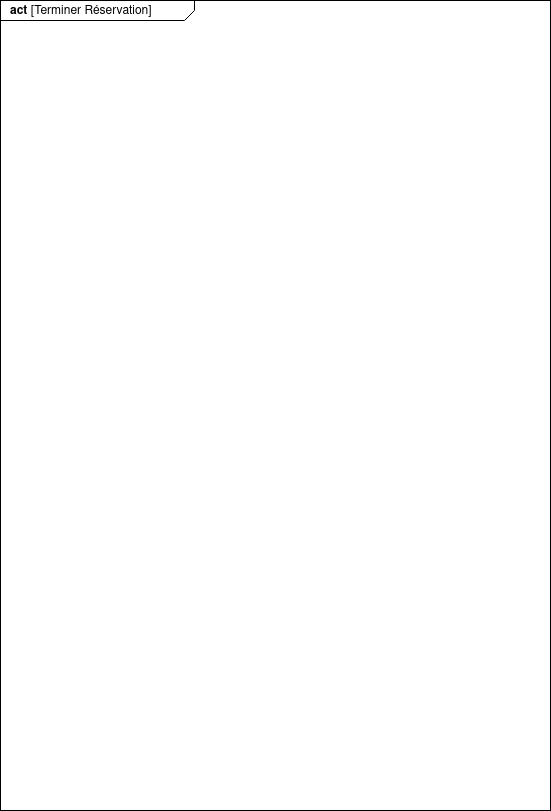
This is diagrammes/act_TerminerReservation.png from Dalker/ISI-mobility, a draw.io export, as it was before one commit. Source tidied: cells renumbered, new cells last; positions are measured from the earlier drawing's top-left corner, leaving out a move shared by most shapes.
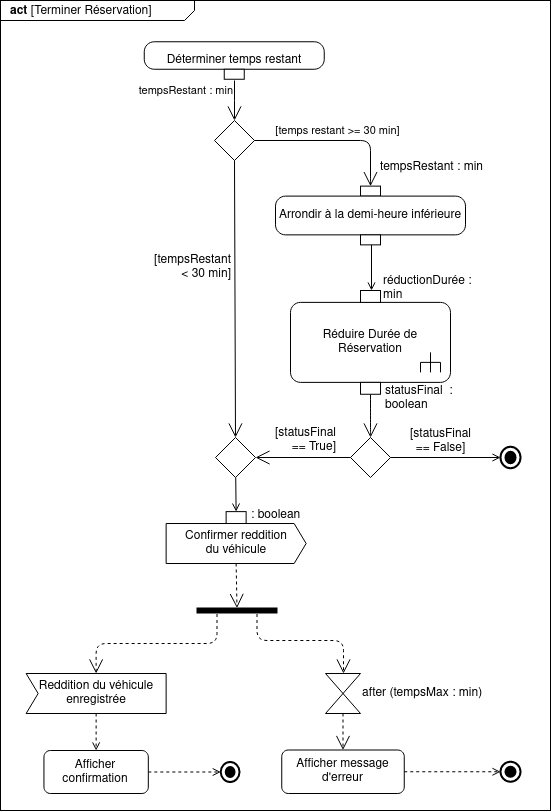
Later version of the same file.

The edit, as a diff of the source:
```diff
@@ -5,5 +5,133 @@
     <mxCell id="2" value="&lt;p style=&quot;margin: 0px ; margin-top: 4px ; margin-left: 10px ; text-align: left&quot;&gt;&lt;b&gt;act&lt;/b&gt; [Terminer Réservation]&lt;/p&gt;" style="html=1;shape=mxgraph.sysml.package;xSize=90;align=left;spacingLeft=10;overflow=fill;strokeWidth=1;labelX=194;verticalAlign=bottom;direction=east;" parent="1" vertex="1">
       <mxGeometry width="550" height="810" as="geometry" />
     </mxCell>
+    <mxCell id="3" value="Déterminer temps restant" style="html=1;shape=mxgraph.sysml.objFlowR;whiteSpace=wrap;rotation=90;horizontal=0;" parent="1" vertex="1">
+      <mxGeometry x="215" y="-30" width="37.5" height="180" as="geometry" />
+    </mxCell>
+    <mxCell id="4" style="shape=rhombus;html=1;verticalLabelPosition=bottom;verticalAlignment=top;" parent="1" vertex="1">
+      <mxGeometry x="214" y="120" width="40" height="40" as="geometry" />
+    </mxCell>
+    <mxCell id="5" value="tempsRestant : min" style="edgeStyle=elbowEdgeStyle;html=1;elbow=horizontal;align=right;verticalAlign=bottom;endArrow=none;rounded=0;labelBackgroundColor=none;startArrow=open;startSize=12;" parent="1" edge="1" source="4">
+      <mxGeometry relative="1" as="geometry">
+        <mxPoint x="234" y="80" as="targetPoint" />
+      </mxGeometry>
+    </mxCell>
+    <mxCell id="6" value="Réduire Durée de Réservation" style="html=1;shape=mxgraph.sysml.callBehAct;whiteSpace=wrap;align=center;" parent="1" vertex="1">
+      <mxGeometry x="290" y="301.9" width="160" height="80" as="geometry" />
+    </mxCell>
+    <mxCell id="7" value="&lt;div&gt;réductionDurée : &lt;br&gt;&lt;/div&gt;&lt;div&gt;min&lt;/div&gt;" style="shape=rect;strokeWidth=1;labelPosition=right;verticalLabelPosition=middle;align=left;verticalAlign=bottom;spacingLeft=1;fontSize=12;html=1;spacing=2;spacingBottom=-3;spacingRight=0;" parent="1" vertex="1">
+      <mxGeometry x="360" y="290" width="20" height="11.9" as="geometry" />
+    </mxCell>
+    <mxCell id="8" value="[temps restant &amp;gt;= 30 min]" style="edgeStyle=elbowEdgeStyle;html=1;elbow=horizontal;endArrow=open;labelBackgroundColor=none;strokeWidth=1;endSize=12;exitX=1;exitY=0.5;exitDx=0;exitDy=0;entryX=0;entryY=0.5;entryDx=0;entryDy=0;entryPerimeter=0;rounded=1;" parent="1" edge="1" source="4" target="10">
+      <mxGeometry x="0.03" y="10" relative="1" as="geometry">
+        <Array as="points">
+          <mxPoint x="370" y="180" />
+          <mxPoint x="370" y="160" />
+          <mxPoint x="370" y="200" />
+        </Array>
+      </mxGeometry>
+    </mxCell>
+    <mxCell id="9" style="edgeStyle=orthogonalEdgeStyle;rounded=0;orthogonalLoop=1;jettySize=auto;html=1;exitX=1;exitY=0.5;exitDx=0;exitDy=0;exitPerimeter=0;fontSize=12;labelPosition=right;verticalLabelPosition=middle;align=left;verticalAlign=middle;spacingLeft=4;endArrow=open;endFill=0;" parent="1" edge="1">
+      <mxGeometry relative="1" as="geometry">
+        <mxPoint x="371" y="237.3" as="sourcePoint" />
+        <mxPoint x="371" y="290" as="targetPoint" />
+      </mxGeometry>
+    </mxCell>
+    <mxCell id="10" value="Arrondir à la demi-heure inférieure" style="html=1;shape=mxgraph.sysml.isControl;whiteSpace=wrap;align=center;labelBackgroundColor=none;fontSize=12;rotation=90;labelPosition=center;verticalLabelPosition=middle;verticalAlign=middle;horizontal=0;" parent="1" vertex="1">
+      <mxGeometry x="340.6" y="120" width="58.8" height="190" as="geometry" />
+    </mxCell>
+    <mxCell id="11" value="tempsRestant : min" style="html=1;align=center;verticalAlign=bottom;labelPosition=center;verticalLabelPosition=top;labelBackgroundColor=none;spacingRight=61;rotation=90;horizontal=0;spacingLeft=0;spacing=5;spacingTop=0;" parent="10" vertex="1">
+      <mxGeometry x="84" y="206.8" as="geometry">
+        <mxPoint x="-148" y="36" as="offset" />
+      </mxGeometry>
+    </mxCell>
+    <mxCell id="12" style="edgeStyle=none;rounded=1;jumpSize=6;jettySize=auto;html=1;entryX=0.5;entryY=0;entryDx=0;entryDy=0;endArrow=open;endFill=0;strokeColor=#000000;strokeWidth=1;fontSize=12;" parent="1" edge="1" source="13" target="29">
+      <mxGeometry relative="1" as="geometry" />
+    </mxCell>
+    <mxCell id="13" style="shape=rhombus;html=1;verticalLabelPosition=top;verticalAlignment=bottom;labelBackgroundColor=none;fontSize=12;align=left;" parent="1" vertex="1">
+      <mxGeometry x="215" y="437" width="40" height="40" as="geometry" />
+    </mxCell>
+    <mxCell id="14" style="edgeStyle=orthogonalEdgeStyle;html=1;elbow=vertical;verticalAlign=bottom;startArrow=open;endArrow=none;rounded=0;labelBackgroundColor=none;startSize=12;fontSize=12;curved=1;entryX=0.5;entryY=1;entryDx=0;entryDy=0;exitX=0.5;exitY=0;exitDx=0;exitDy=0;" parent="1" edge="1" source="19" target="16">
+      <mxGeometry relative="1" as="geometry" />
+    </mxCell>
+    <mxCell id="15" value="&lt;div&gt;[tempsRestant&lt;/div&gt;&lt;div&gt;&amp;lt; 30 min]&lt;/div&gt;" style="edgeStyle=none;html=1;endArrow=open;endSize=12;verticalAlign=middle;labelBackgroundColor=none;fontSize=12;exitX=0.5;exitY=1;exitDx=0;exitDy=0;entryX=0.5;entryY=0;entryDx=0;entryDy=0;horizontal=1;labelPosition=left;verticalLabelPosition=middle;align=right;spacingLeft=-38;spacingRight=0;spacingTop=0;spacing=20;spacingBottom=0;" parent="1" edge="1" source="4" target="13">
+      <mxGeometry x="-0.23" y="16" relative="1" as="geometry" />
+    </mxCell>
+    <mxCell id="16" value="&lt;div&gt;statusFinal&amp;nbsp; :&lt;/div&gt;&lt;div&gt;boolean&lt;/div&gt;" style="shape=rect;strokeWidth=1;labelPosition=right;verticalLabelPosition=middle;align=left;verticalAlign=middle;spacingLeft=1;fontSize=12;html=1;spacing=4;spacingBottom=-21;spacingRight=0;horizontal=1;" parent="1" vertex="1">
+      <mxGeometry x="360" y="381.9" width="20" height="11.9" as="geometry" />
+    </mxCell>
+    <mxCell id="17" value="&lt;div&gt;[statusFinal &lt;br&gt;&lt;/div&gt;&lt;div&gt;== True]&lt;/div&gt;" style="edgeStyle=orthogonalEdgeStyle;rounded=1;jettySize=auto;html=1;entryX=1;entryY=0.5;entryDx=0;entryDy=0;endArrow=open;endFill=0;endSize=12;strokeColor=#000000;strokeWidth=1;fontSize=12;labelPosition=left;verticalLabelPosition=middle;align=right;verticalAlign=middle;spacing=5;" parent="1" edge="1" source="19" target="13">
+      <mxGeometry x="-0.79" y="-17" relative="1" as="geometry" />
+    </mxCell>
+    <mxCell id="18" value="&lt;div&gt;[statusFinal &lt;br&gt;&lt;/div&gt;&lt;div&gt;== False]&lt;/div&gt;" style="rounded=1;jettySize=auto;html=1;exitX=1;exitY=0.5;exitDx=0;exitDy=0;entryX=0;entryY=0.5;entryDx=0;entryDy=0;endArrow=open;endFill=0;strokeColor=#000000;strokeWidth=1;fontSize=12;spacing=3;spacingTop=-19;entryPerimeter=0;jumpSize=6;" parent="1" edge="1" source="19" target="30">
+      <mxGeometry x="-0.09" y="7" relative="1" as="geometry" />
+    </mxCell>
+    <mxCell id="19" style="shape=rhombus;html=1;verticalLabelPosition=top;verticalAlignment=bottom;labelBackgroundColor=none;fontSize=12;align=left;" parent="1" vertex="1">
+      <mxGeometry x="350" y="437" width="40" height="40" as="geometry" />
+    </mxCell>
+    <mxCell id="20" style="edgeStyle=orthogonalEdgeStyle;rounded=1;jettySize=auto;html=1;entryX=0;entryY=0.5;entryDx=0;entryDy=0;endArrow=open;endFill=0;endSize=12;strokeColor=#000000;strokeWidth=1;fontSize=12;dashed=1;exitX=0.5;exitY=1;exitDx=0;exitDy=0;exitPerimeter=0;" parent="1" edge="1" source="21" target="37">
+      <mxGeometry relative="1" as="geometry" />
+    </mxCell>
+    <mxCell id="21" value="&lt;div&gt;Confirmer reddition&lt;/div&gt;&lt;div&gt;du véhicule&lt;br&gt;&lt;/div&gt;" style="html=1;shape=mxgraph.sysml.sendSigAct;strokeWidth=1;whiteSpace=wrap;align=center;labelBackgroundColor=none;fontSize=12;" parent="1" vertex="1">
+      <mxGeometry x="165.6" y="523" width="140" height="40" as="geometry" />
+    </mxCell>
+    <mxCell id="22" style="edgeStyle=orthogonalEdgeStyle;rounded=1;jettySize=auto;html=1;exitX=0;exitY=0.75;exitDx=0;exitDy=0;entryX=0.5;entryY=0;entryDx=0;entryDy=0;entryPerimeter=0;dashed=1;endArrow=open;endFill=0;endSize=12;strokeColor=#000000;strokeWidth=1;fontSize=12;" parent="1" edge="1" source="37" target="24">
+      <mxGeometry relative="1" as="geometry">
+        <Array as="points">
+          <mxPoint x="217" y="643" />
+          <mxPoint x="96" y="643" />
+        </Array>
+      </mxGeometry>
+    </mxCell>
+    <mxCell id="23" style="edgeStyle=orthogonalEdgeStyle;rounded=1;jettySize=auto;html=1;exitX=0;exitY=0.25;exitDx=0;exitDy=0;dashed=1;endArrow=open;endFill=0;endSize=12;strokeColor=#000000;strokeWidth=1;fontSize=12;" parent="1" edge="1" source="37" target="26">
+      <mxGeometry relative="1" as="geometry">
+        <Array as="points">
+          <mxPoint x="257" y="640" />
+          <mxPoint x="343" y="640" />
+        </Array>
+      </mxGeometry>
+    </mxCell>
+    <mxCell id="24" value="&lt;div&gt;Reddition du véhicule&lt;/div&gt;&lt;div&gt;enregistrée&lt;br&gt;&lt;/div&gt;" style="html=1;shape=mxgraph.sysml.accEvent;strokeWidth=1;whiteSpace=wrap;align=center;labelBackgroundColor=none;fontSize=12;" parent="1" vertex="1">
+      <mxGeometry x="25.6" y="673" width="140" height="40" as="geometry" />
+    </mxCell>
+    <mxCell id="25" style="edgeStyle=orthogonalEdgeStyle;rounded=1;jettySize=auto;html=1;dashed=1;endArrow=open;endFill=0;endSize=12;strokeColor=#000000;strokeWidth=1;fontSize=12;entryX=0.5;entryY=0;entryDx=0;entryDy=0;exitX=0.5;exitY=1;exitDx=0;exitDy=0;exitPerimeter=0;" parent="1" edge="1" source="26" target="32">
+      <mxGeometry relative="1" as="geometry" />
+    </mxCell>
+    <mxCell id="26" value="after (tempsMax : min)" style="html=1;shape=mxgraph.sysml.timeEvent;strokeWidth=1;verticalLabelPosition=middle;verticalAlignment=top;labelBackgroundColor=none;fontSize=12;align=left;labelPosition=right;verticalAlign=middle;horizontal=1;" parent="1" vertex="1">
+      <mxGeometry x="325" y="673" width="35" height="40" as="geometry" />
+    </mxCell>
+    <mxCell id="27" style="edgeStyle=none;rounded=1;jumpSize=6;jettySize=auto;html=1;dashed=1;endArrow=open;endFill=0;strokeColor=#000000;strokeWidth=1;fontSize=12;exitX=0.5;exitY=1;exitDx=0;exitDy=0;exitPerimeter=0;" parent="1" edge="1" source="24" target="35">
+      <mxGeometry relative="1" as="geometry" />
+    </mxCell>
+    <mxCell id="28" style="edgeStyle=none;rounded=1;jumpSize=6;jettySize=auto;html=1;endArrow=open;endFill=0;strokeColor=#000000;strokeWidth=1;fontSize=12;" parent="1" edge="1" source="29" target="21">
+      <mxGeometry relative="1" as="geometry" />
+    </mxCell>
+    <mxCell id="29" value=": boolean" style="shape=rect;strokeWidth=1;labelPosition=right;verticalLabelPosition=middle;align=left;verticalAlign=middle;spacingLeft=1;fontSize=12;html=1;spacing=4;spacingBottom=0;spacingRight=0;horizontal=1;spacingTop=-4;" parent="1" vertex="1">
+      <mxGeometry x="225.6" y="511.1" width="20" height="11.9" as="geometry" />
+    </mxCell>
+    <mxCell id="30" style="html=1;shape=mxgraph.sysml.actFinal;strokeWidth=2;verticalLabelPosition=bottom;verticalAlignment=top;" parent="1" vertex="1">
+      <mxGeometry x="500" y="446.2" width="20" height="21.5" as="geometry" />
+    </mxCell>
+    <mxCell id="31" style="edgeStyle=none;rounded=1;jumpSize=6;jettySize=auto;html=1;entryX=0;entryY=0.5;entryDx=0;entryDy=0;entryPerimeter=0;endArrow=open;endFill=0;strokeColor=#000000;strokeWidth=1;fontSize=12;dashed=1;" parent="1" edge="1" source="32" target="33">
+      <mxGeometry relative="1" as="geometry" />
+    </mxCell>
+    <mxCell id="32" value="&lt;div&gt;Afficher message&lt;/div&gt;&lt;div&gt;d'erreur&lt;br&gt;&lt;/div&gt;" style="shape=rect;html=1;rounded=1;whiteSpace=wrap;align=center;labelBackgroundColor=none;strokeWidth=1;fontSize=12;" parent="1" vertex="1">
+      <mxGeometry x="281.2" y="749.5" width="122.5" height="43.5" as="geometry" />
+    </mxCell>
+    <mxCell id="33" style="html=1;shape=mxgraph.sysml.actFinal;strokeWidth=2;verticalLabelPosition=bottom;verticalAlignment=top;" parent="1" vertex="1">
+      <mxGeometry x="500" y="761.2" width="20" height="20" as="geometry" />
+    </mxCell>
+    <mxCell id="34" style="edgeStyle=none;rounded=1;jumpSize=6;jettySize=auto;html=1;exitX=1;exitY=0.5;exitDx=0;exitDy=0;dashed=1;endArrow=open;endFill=0;strokeColor=#000000;strokeWidth=1;fontSize=12;" parent="1" edge="1" source="35" target="36">
+      <mxGeometry relative="1" as="geometry" />
+    </mxCell>
+    <mxCell id="35" value="&lt;div&gt;Afficher &lt;br&gt;&lt;/div&gt;&lt;div&gt;confirmation&lt;/div&gt;" style="shape=rect;html=1;rounded=1;whiteSpace=wrap;align=center;labelBackgroundColor=none;strokeWidth=1;fontSize=12;" parent="1" vertex="1">
+      <mxGeometry x="43.4" y="750" width="104.4" height="43" as="geometry" />
+    </mxCell>
+    <mxCell id="36" style="html=1;shape=mxgraph.sysml.actFinal;strokeWidth=2;verticalLabelPosition=bottom;verticalAlignment=top;labelBackgroundColor=none;fontSize=12;align=left;" parent="1" vertex="1">
+      <mxGeometry x="220.3" y="761.5" width="18.7" height="20" as="geometry" />
+    </mxCell>
+    <mxCell id="37" style="shape=rect;html=1;fillColor=#000000;verticalLabelPosition=bottom;verticalAlignment=top;strokeWidth=1;rotation=90;" parent="1" vertex="1">
+      <mxGeometry x="234" y="570" width="5" height="80" as="geometry" />
+    </mxCell>
   </root>
 </mxGraphModel>
```
